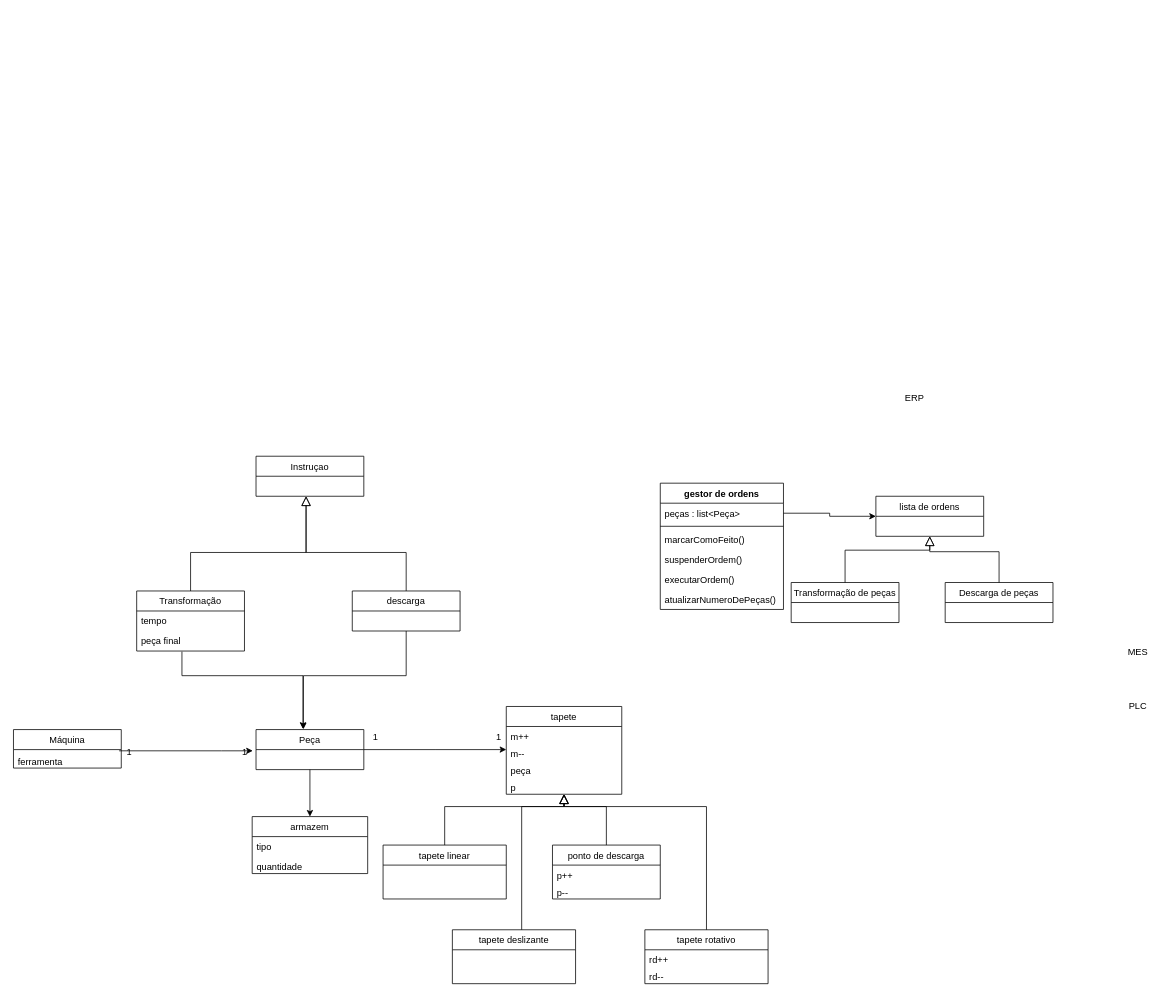
tcerqueira/FlexibleLOP keeps this draw.io diagram as wiki/classDiagram.drawio. Above is the earlier version. Source tidied: cells renumbered, new cells numbered last; positions are measured from the earlier drawing's top-left corner, leaving out a move shared by most shapes. Both pictures are drawn from the tidied source at 77%, with x=0, y=0 at pixel (13, 390).
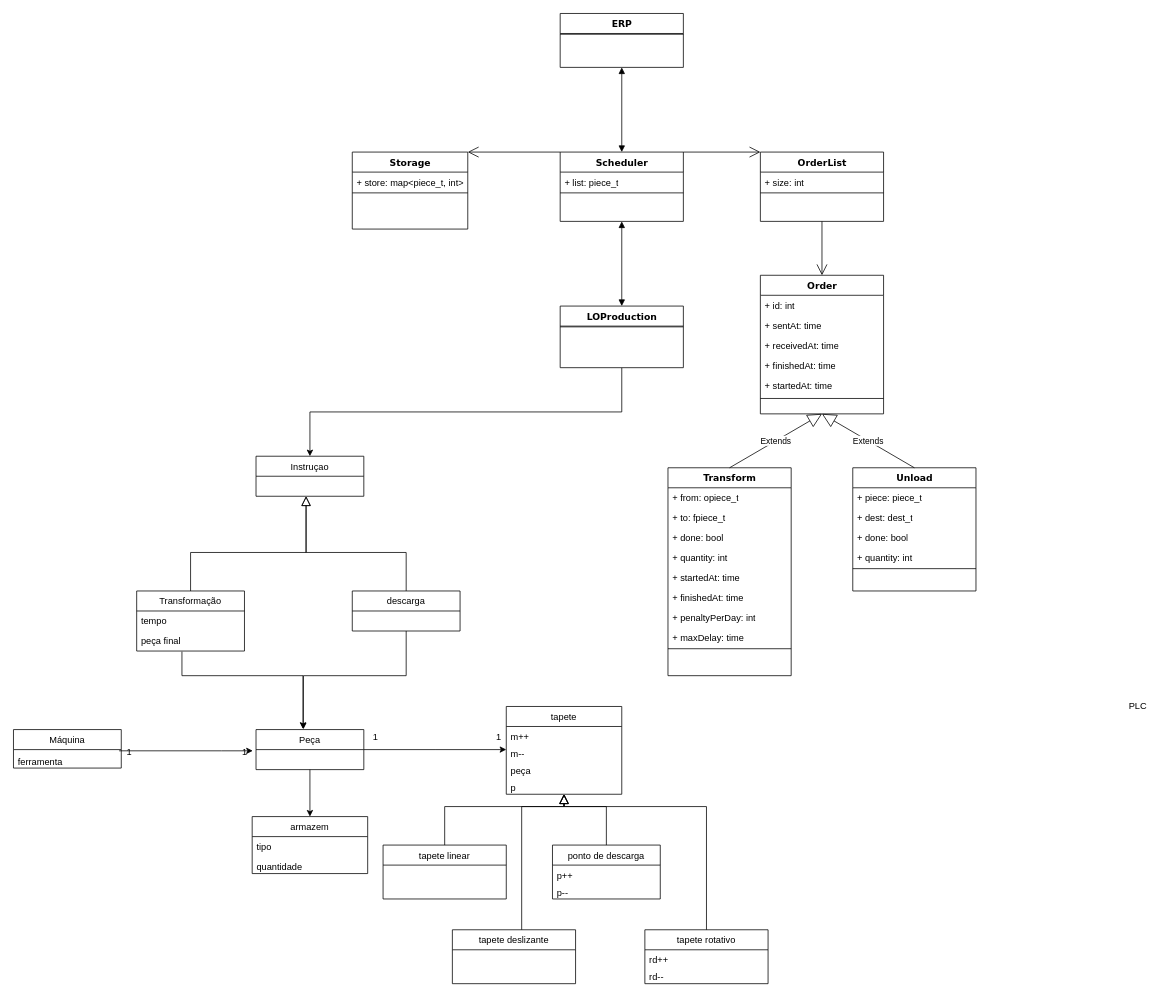
The same diagram, later.

Unchanged cells that the change refers to:
```xml
<mxCell id="51" value="Instruçao" style="swimlane;fontStyle=0;horizontal=1;startSize=26;fillColor=none;" parent="1" vertex="1">
  <mxGeometry x="315" y="85" width="140" height="52" as="geometry" />
</mxCell>
```

The edit, as a diff of the source:
```diff
@@
-    <mxCell id="21" value="Transformação de peças" style="swimlane;fontStyle=0;horizontal=1;startSize=26;fillColor=none;" parent="1" vertex="1">
-      <mxGeometry x="1010" y="249" width="140" height="52" as="geometry" />
-    </mxCell>
@@
-    <mxCell id="30" value="Descarga de peças" style="swimlane;fontStyle=0;horizontal=1;startSize=26;fillColor=none;" parent="1" vertex="1">
-      <mxGeometry x="1210" y="249" width="140" height="52" as="geometry" />
-    </mxCell>
-    <mxCell id="31" value="lista de ordens" style="swimlane;fontStyle=0;horizontal=1;startSize=26;fillColor=none;" parent="1" vertex="1">
-      <mxGeometry x="1120" y="137" width="140" height="52" as="geometry" />
-    </mxCell>
-    <mxCell id="32" style="endArrow=block;endSize=10;endFill=0;shadow=0;strokeWidth=1;rounded=0;edgeStyle=elbowEdgeStyle;elbow=vertical;exitX=0.5;exitY=0;exitDx=0;exitDy=0;entryX=0.5;entryY=1;entryDx=0;entryDy=0;" parent="1" edge="1" source="21" target="31">
-      <mxGeometry relative="1" as="geometry">
-        <Array as="points">
-          <mxPoint x="1120" y="207" />
-        </Array>
-      </mxGeometry>
-    </mxCell>
-    <mxCell id="33" style="endArrow=block;endSize=10;endFill=0;shadow=0;strokeWidth=1;rounded=0;edgeStyle=elbowEdgeStyle;elbow=vertical;entryX=0.5;entryY=1;entryDx=0;entryDy=0;exitX=0.5;exitY=0;exitDx=0;exitDy=0;" parent="1" edge="1" source="30" target="31">
-      <mxGeometry relative="1" as="geometry">
-        <Array as="points">
-          <mxPoint x="1140" y="209" />
-        </Array>
-      </mxGeometry>
-    </mxCell>
@@
-    <mxCell id="40" style="edgeStyle=orthogonalEdgeStyle;rounded=0;jettySize=auto;html=1;exitX=1;exitY=0.5;exitDx=0;exitDy=0;entryX=0;entryY=0.5;entryDx=0;entryDy=0;" parent="1" edge="1" source="42" target="31">
-      <mxGeometry relative="1" as="geometry" />
-    </mxCell>
-    <mxCell id="41" value="gestor de ordens" style="swimlane;fontStyle=1;align=center;verticalAlign=top;horizontal=1;startSize=26;" parent="1" vertex="1">
-      <mxGeometry x="840" y="120" width="160" height="164" as="geometry" />
-    </mxCell>
-    <mxCell id="42" value="peças : list&lt;Peça&gt;" style="text;strokeColor=none;fillColor=none;align=left;verticalAlign=top;spacingLeft=4;spacingRight=4;overflow=hidden;points=[[0,0.5],[1,0.5]];portConstraint=eastwest;" parent="41" vertex="1">
-      <mxGeometry y="26" width="160" height="26" as="geometry" />
-    </mxCell>
-    <mxCell id="43" style="line;strokeWidth=1;fillColor=none;align=left;verticalAlign=middle;spacingTop=-1;spacingLeft=3;spacingRight=3;labelPosition=right;" parent="41" vertex="1">
-      <mxGeometry y="52" width="160" height="8" as="geometry" />
-    </mxCell>
-    <mxCell id="44" value="marcarComoFeito()" style="text;strokeColor=none;fillColor=none;align=left;verticalAlign=top;spacingLeft=4;spacingRight=4;overflow=hidden;" parent="41" vertex="1">
-      <mxGeometry y="60" width="160" height="26" as="geometry" />
-    </mxCell>
-    <mxCell id="45" value="suspenderOrdem()" style="text;strokeColor=none;fillColor=none;align=left;verticalAlign=top;spacingLeft=4;spacingRight=4;overflow=hidden;" parent="41" vertex="1">
-      <mxGeometry y="86" width="160" height="26" as="geometry" />
-    </mxCell>
-    <mxCell id="46" value="executarOrdem()" style="text;strokeColor=none;fillColor=none;align=left;verticalAlign=top;spacingLeft=4;spacingRight=4;overflow=hidden;" parent="41" vertex="1">
-      <mxGeometry y="112" width="160" height="26" as="geometry" />
-    </mxCell>
-    <mxCell id="47" value="atualizarNumeroDePeças()" style="text;strokeColor=none;fillColor=none;align=left;verticalAlign=top;spacingLeft=4;spacingRight=4;overflow=hidden;" parent="41" vertex="1">
-      <mxGeometry y="138" width="160" height="26" as="geometry" />
-    </mxCell>
-    <mxCell id="48" value="ERP" style="text;html=1;align=center;verticalAlign=middle;points=[];" parent="1" vertex="1">
-      <mxGeometry x="1150" width="40" height="20" as="geometry" />
-    </mxCell>
-    <mxCell id="49" value="MES" style="text;html=1;align=center;verticalAlign=middle;" parent="1" vertex="1">
-      <mxGeometry x="1440" y="330" width="40" height="20" as="geometry" />
-    </mxCell>
@@
+    <mxCell id="57" value="Order" style="swimlane;html=1;fontStyle=1;align=center;verticalAlign=top;horizontal=1;startSize=26;swimlaneFillColor=#ffffff;rounded=0;shadow=0;comic=0;labelBackgroundColor=none;strokeWidth=1;fillColor=none;fontFamily=Verdana;fontSize=12;" parent="1" vertex="1">
+      <mxGeometry x="970" y="-150" width="160" height="180" as="geometry" />
+    </mxCell>
+    <mxCell id="58" value="+ id: int" style="text;html=1;strokeColor=none;fillColor=none;align=left;verticalAlign=top;spacingLeft=4;spacingRight=4;whiteSpace=wrap;overflow=hidden;" parent="57" vertex="1">
+      <mxGeometry y="26" width="160" height="26" as="geometry" />
+    </mxCell>
+    <mxCell id="59" value="+ sentAt: time" style="text;html=1;strokeColor=none;fillColor=none;align=left;verticalAlign=top;spacingLeft=4;spacingRight=4;whiteSpace=wrap;overflow=hidden;" parent="57" vertex="1">
+      <mxGeometry y="52" width="160" height="26" as="geometry" />
+    </mxCell>
+    <mxCell id="60" value="+ receivedAt: time" style="text;html=1;strokeColor=none;fillColor=none;align=left;verticalAlign=top;spacingLeft=4;spacingRight=4;whiteSpace=wrap;overflow=hidden;" parent="57" vertex="1">
+      <mxGeometry y="78" width="160" height="26" as="geometry" />
+    </mxCell>
+    <mxCell id="61" value="+ finishedAt: time" style="text;html=1;strokeColor=none;fillColor=none;align=left;verticalAlign=top;spacingLeft=4;spacingRight=4;whiteSpace=wrap;overflow=hidden;" parent="57" vertex="1">
+      <mxGeometry y="104" width="160" height="26" as="geometry" />
+    </mxCell>
+    <mxCell id="62" value="+ startedAt: time" style="text;html=1;strokeColor=none;fillColor=none;align=left;verticalAlign=top;spacingLeft=4;spacingRight=4;whiteSpace=wrap;overflow=hidden;" parent="57" vertex="1">
+      <mxGeometry y="130" width="160" height="26" as="geometry" />
+    </mxCell>
+    <mxCell id="63" style="line;html=1;strokeWidth=1;fillColor=none;align=left;verticalAlign=middle;spacingTop=-1;spacingLeft=3;spacingRight=3;labelPosition=right;" parent="57" vertex="1">
+      <mxGeometry y="156" width="160" height="8" as="geometry" />
+    </mxCell>
+    <mxCell id="64" value="Transform" style="swimlane;html=1;fontStyle=1;align=center;verticalAlign=top;horizontal=1;startSize=26;swimlaneFillColor=#ffffff;rounded=0;shadow=0;comic=0;labelBackgroundColor=none;strokeWidth=1;fillColor=none;fontFamily=Verdana;fontSize=12;" parent="1" vertex="1">
+      <mxGeometry x="850" y="100" width="160" height="270" as="geometry" />
+    </mxCell>
+    <mxCell id="65" value="+ from: opiece_t" style="text;html=1;strokeColor=none;fillColor=none;align=left;verticalAlign=top;spacingLeft=4;spacingRight=4;whiteSpace=wrap;overflow=hidden;" parent="64" vertex="1">
+      <mxGeometry y="26" width="160" height="26" as="geometry" />
+    </mxCell>
+    <mxCell id="66" value="+ to: fpiece_t" style="text;html=1;strokeColor=none;fillColor=none;align=left;verticalAlign=top;spacingLeft=4;spacingRight=4;whiteSpace=wrap;overflow=hidden;" parent="64" vertex="1">
+      <mxGeometry y="52" width="160" height="26" as="geometry" />
+    </mxCell>
+    <mxCell id="67" value="+ done: bool" style="text;html=1;strokeColor=none;fillColor=none;align=left;verticalAlign=top;spacingLeft=4;spacingRight=4;whiteSpace=wrap;overflow=hidden;" parent="64" vertex="1">
+      <mxGeometry y="78" width="160" height="26" as="geometry" />
+    </mxCell>
+    <mxCell id="68" value="+ quantity: int" style="text;html=1;strokeColor=none;fillColor=none;align=left;verticalAlign=top;spacingLeft=4;spacingRight=4;whiteSpace=wrap;overflow=hidden;" parent="64" vertex="1">
+      <mxGeometry y="104" width="160" height="26" as="geometry" />
+    </mxCell>
+    <mxCell id="69" value="+ startedAt: time" style="text;html=1;strokeColor=none;fillColor=none;align=left;verticalAlign=top;spacingLeft=4;spacingRight=4;whiteSpace=wrap;overflow=hidden;" parent="64" vertex="1">
+      <mxGeometry y="130" width="160" height="26" as="geometry" />
+    </mxCell>
+    <mxCell id="70" value="+ finishedAt: time" style="text;html=1;strokeColor=none;fillColor=none;align=left;verticalAlign=top;spacingLeft=4;spacingRight=4;whiteSpace=wrap;overflow=hidden;" parent="64" vertex="1">
+      <mxGeometry y="156" width="160" height="26" as="geometry" />
+    </mxCell>
+    <mxCell id="71" value="+ penaltyPerDay: int" style="text;html=1;strokeColor=none;fillColor=none;align=left;verticalAlign=top;spacingLeft=4;spacingRight=4;whiteSpace=wrap;overflow=hidden;" parent="64" vertex="1">
+      <mxGeometry y="182" width="160" height="26" as="geometry" />
+    </mxCell>
+    <mxCell id="72" value="+ maxDelay: time" style="text;html=1;strokeColor=none;fillColor=none;align=left;verticalAlign=top;spacingLeft=4;spacingRight=4;whiteSpace=wrap;overflow=hidden;" parent="64" vertex="1">
+      <mxGeometry y="208" width="160" height="26" as="geometry" />
+    </mxCell>
+    <mxCell id="73" style="line;html=1;strokeWidth=1;fillColor=none;align=left;verticalAlign=middle;spacingTop=-1;spacingLeft=3;spacingRight=3;labelPosition=right;" parent="64" vertex="1">
+      <mxGeometry y="234" width="160" height="2" as="geometry" />
+    </mxCell>
+    <mxCell id="74" value="Unload" style="swimlane;html=1;fontStyle=1;align=center;verticalAlign=top;horizontal=1;startSize=26;swimlaneFillColor=#ffffff;rounded=0;shadow=0;comic=0;labelBackgroundColor=none;strokeWidth=1;fillColor=none;fontFamily=Verdana;fontSize=12;" parent="1" vertex="1">
+      <mxGeometry x="1090" y="100" width="160" height="160" as="geometry" />
+    </mxCell>
+    <mxCell id="75" value="+ piece: piece_t" style="text;html=1;strokeColor=none;fillColor=none;align=left;verticalAlign=top;spacingLeft=4;spacingRight=4;whiteSpace=wrap;overflow=hidden;" parent="74" vertex="1">
+      <mxGeometry y="26" width="160" height="26" as="geometry" />
+    </mxCell>
+    <mxCell id="76" value="+ dest: dest_t" style="text;html=1;strokeColor=none;fillColor=none;align=left;verticalAlign=top;spacingLeft=4;spacingRight=4;whiteSpace=wrap;overflow=hidden;" parent="74" vertex="1">
+      <mxGeometry y="52" width="160" height="26" as="geometry" />
+    </mxCell>
+    <mxCell id="77" value="+ done: bool" style="text;html=1;strokeColor=none;fillColor=none;align=left;verticalAlign=top;spacingLeft=4;spacingRight=4;whiteSpace=wrap;overflow=hidden;" parent="74" vertex="1">
+      <mxGeometry y="78" width="160" height="26" as="geometry" />
+    </mxCell>
+    <mxCell id="78" value="+ quantity: int" style="text;html=1;strokeColor=none;fillColor=none;align=left;verticalAlign=top;spacingLeft=4;spacingRight=4;whiteSpace=wrap;overflow=hidden;" parent="74" vertex="1">
+      <mxGeometry y="104" width="160" height="26" as="geometry" />
+    </mxCell>
+    <mxCell id="79" style="line;html=1;strokeWidth=1;fillColor=none;align=left;verticalAlign=middle;spacingTop=-1;spacingLeft=3;spacingRight=3;labelPosition=right;" parent="74" vertex="1">
+      <mxGeometry y="130" width="160" height="2" as="geometry" />
+    </mxCell>
+    <mxCell id="80" value="Extends" style="endArrow=block;endSize=16;endFill=0;html=1;entryX=0.5;entryY=1;entryDx=0;entryDy=0;exitX=0.5;exitY=0;exitDx=0;exitDy=0;" parent="1" edge="1" source="64" target="57">
+      <mxGeometry relative="1" as="geometry" />
+    </mxCell>
+    <mxCell id="81" value="Extends" style="endArrow=block;endSize=16;endFill=0;html=1;entryX=0.5;entryY=1;entryDx=0;entryDy=0;exitX=0.5;exitY=0;exitDx=0;exitDy=0;" parent="1" edge="1" source="74" target="57">
+      <mxGeometry relative="1" as="geometry" />
+    </mxCell>
+    <mxCell id="82" value="Storage" style="swimlane;html=1;fontStyle=1;align=center;verticalAlign=top;horizontal=1;startSize=26;swimlaneFillColor=#ffffff;rounded=0;shadow=0;comic=0;labelBackgroundColor=none;strokeWidth=1;fillColor=none;fontFamily=Verdana;fontSize=12;" parent="1" vertex="1">
+      <mxGeometry x="440" y="-310" width="150" height="100" as="geometry" />
+    </mxCell>
+    <mxCell id="83" value="+ store: map&amp;lt;piece_t, int&amp;gt;" style="text;html=1;strokeColor=none;fillColor=none;align=left;verticalAlign=top;spacingLeft=4;spacingRight=4;whiteSpace=wrap;overflow=hidden;" parent="82" vertex="1">
+      <mxGeometry y="26" width="150" height="26" as="geometry" />
+    </mxCell>
+    <mxCell id="84" style="line;html=1;strokeWidth=1;fillColor=none;align=left;verticalAlign=middle;spacingTop=-1;spacingLeft=3;spacingRight=3;labelPosition=right;" parent="82" vertex="1">
+      <mxGeometry y="52" width="150" height="2" as="geometry" />
+    </mxCell>
+    <mxCell id="85" value="Scheduler" style="swimlane;html=1;fontStyle=1;align=center;verticalAlign=top;horizontal=1;startSize=26;swimlaneFillColor=#ffffff;rounded=0;shadow=0;comic=0;labelBackgroundColor=none;strokeWidth=1;fillColor=none;fontFamily=Verdana;fontSize=12;" parent="1" vertex="1">
+      <mxGeometry x="710" y="-310" width="160" height="90" as="geometry" />
+    </mxCell>
+    <mxCell id="86" value="+ list: piece_t" style="text;html=1;strokeColor=none;fillColor=none;align=left;verticalAlign=top;spacingLeft=4;spacingRight=4;whiteSpace=wrap;overflow=hidden;" parent="85" vertex="1">
+      <mxGeometry y="26" width="160" height="26" as="geometry" />
+    </mxCell>
+    <mxCell id="87" style="line;html=1;strokeWidth=1;fillColor=none;align=left;verticalAlign=middle;spacingTop=-1;spacingLeft=3;spacingRight=3;labelPosition=right;" parent="85" vertex="1">
+      <mxGeometry y="52" width="160" height="2" as="geometry" />
+    </mxCell>
+    <mxCell id="88" value="OrderList" style="swimlane;html=1;fontStyle=1;align=center;verticalAlign=top;horizontal=1;startSize=26;swimlaneFillColor=#ffffff;rounded=0;shadow=0;comic=0;labelBackgroundColor=none;strokeWidth=1;fillColor=none;fontFamily=Verdana;fontSize=12;" parent="1" vertex="1">
+      <mxGeometry x="970" y="-310" width="160" height="90" as="geometry" />
+    </mxCell>
+    <mxCell id="89" value="+ size: int" style="text;html=1;strokeColor=none;fillColor=none;align=left;verticalAlign=top;spacingLeft=4;spacingRight=4;whiteSpace=wrap;overflow=hidden;" parent="88" vertex="1">
+      <mxGeometry y="26" width="160" height="26" as="geometry" />
+    </mxCell>
+    <mxCell id="90" style="line;html=1;strokeWidth=1;fillColor=none;align=left;verticalAlign=middle;spacingTop=-1;spacingLeft=3;spacingRight=3;labelPosition=right;" parent="88" vertex="1">
+      <mxGeometry y="52" width="160" height="2" as="geometry" />
+    </mxCell>
+    <mxCell id="91" style="endArrow=open;endFill=1;endSize=12;html=1;exitX=0.5;exitY=1;exitDx=0;exitDy=0;entryX=0.5;entryY=0;entryDx=0;entryDy=0;" parent="1" edge="1" source="88" target="57">
+      <mxGeometry relative="1" as="geometry" />
+    </mxCell>
+    <mxCell id="92" style="endArrow=open;endFill=1;endSize=12;html=1;entryX=0;entryY=0;entryDx=0;entryDy=0;exitX=1;exitY=0;exitDx=0;exitDy=0;" parent="1" edge="1" source="85" target="88">
+      <mxGeometry relative="1" as="geometry" />
+    </mxCell>
+    <mxCell id="93" style="endArrow=open;endFill=1;endSize=12;html=1;entryX=1;entryY=0;entryDx=0;entryDy=0;exitX=0;exitY=0;exitDx=0;exitDy=0;" parent="1" edge="1" source="85" target="82">
+      <mxGeometry relative="1" as="geometry" />
+    </mxCell>
+    <mxCell id="48" value="ERP" style="swimlane;html=1;fontStyle=1;align=center;verticalAlign=top;horizontal=1;startSize=26;swimlaneFillColor=#ffffff;rounded=0;shadow=0;comic=0;labelBackgroundColor=none;strokeWidth=1;fillColor=none;fontFamily=Verdana;fontSize=12;" parent="1" vertex="1">
+      <mxGeometry x="710" y="-490" width="160" height="70" as="geometry" />
+    </mxCell>
+    <mxCell id="94" style="line;html=1;strokeWidth=1;fillColor=none;align=left;verticalAlign=middle;spacingTop=-1;spacingLeft=3;spacingRight=3;labelPosition=right;" parent="48" vertex="1">
+      <mxGeometry y="26" width="160" height="2" as="geometry" />
+    </mxCell>
+    <mxCell id="95" style="edgeStyle=orthogonalEdgeStyle;rounded=0;jettySize=auto;html=1;exitX=0.5;exitY=1;exitDx=0;exitDy=0;entryX=0.5;entryY=0;entryDx=0;entryDy=0;" parent="1" edge="1" source="96" target="51">
+      <mxGeometry relative="1" as="geometry" />
+    </mxCell>
+    <mxCell id="96" value="LOProduction" style="swimlane;html=1;fontStyle=1;align=center;verticalAlign=top;horizontal=1;startSize=26;swimlaneFillColor=#ffffff;rounded=0;shadow=0;comic=0;labelBackgroundColor=none;strokeWidth=1;fillColor=none;fontFamily=Verdana;fontSize=12;" parent="1" vertex="1">
+      <mxGeometry x="710" y="-110" width="160" height="80" as="geometry" />
+    </mxCell>
+    <mxCell id="97" style="line;html=1;strokeWidth=1;fillColor=none;align=left;verticalAlign=middle;spacingTop=-1;spacingLeft=3;spacingRight=3;labelPosition=right;" parent="96" vertex="1">
+      <mxGeometry y="26" width="160" height="2" as="geometry" />
+    </mxCell>
+    <mxCell id="98" style="endArrow=block;startArrow=block;endFill=1;startFill=1;html=1;entryX=0.5;entryY=1;entryDx=0;entryDy=0;exitX=0.5;exitY=0;exitDx=0;exitDy=0;" parent="1" edge="1" source="96" target="85">
+      <mxGeometry relative="1" as="geometry" />
+    </mxCell>
+    <mxCell id="99" style="endArrow=block;startArrow=block;endFill=1;startFill=1;html=1;entryX=0.5;entryY=1;entryDx=0;entryDy=0;exitX=0.5;exitY=0;exitDx=0;exitDy=0;" parent="1" edge="1" source="85" target="48">
+      <mxGeometry relative="1" as="geometry" />
+    </mxCell>
```
